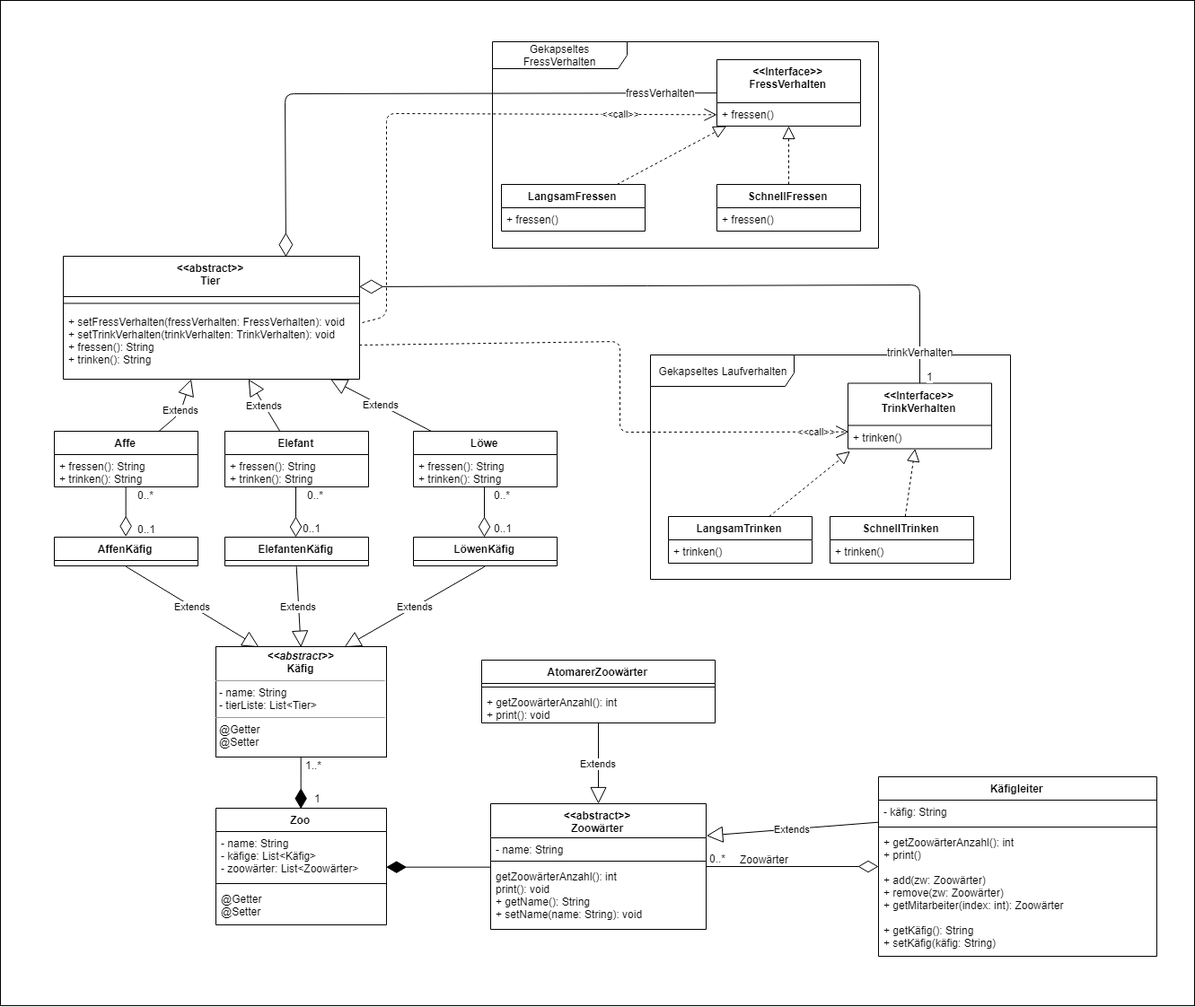
zmeieb/Ben-Diogo-M226b keeps this draw.io diagram as Projects/src/zoo/doku/ZooUML.png. Above is the earlier version. Source tidied: cells renumbered, new cells last; positions are measured from the earlier drawing's top-left corner, leaving out a move shared by most shapes.
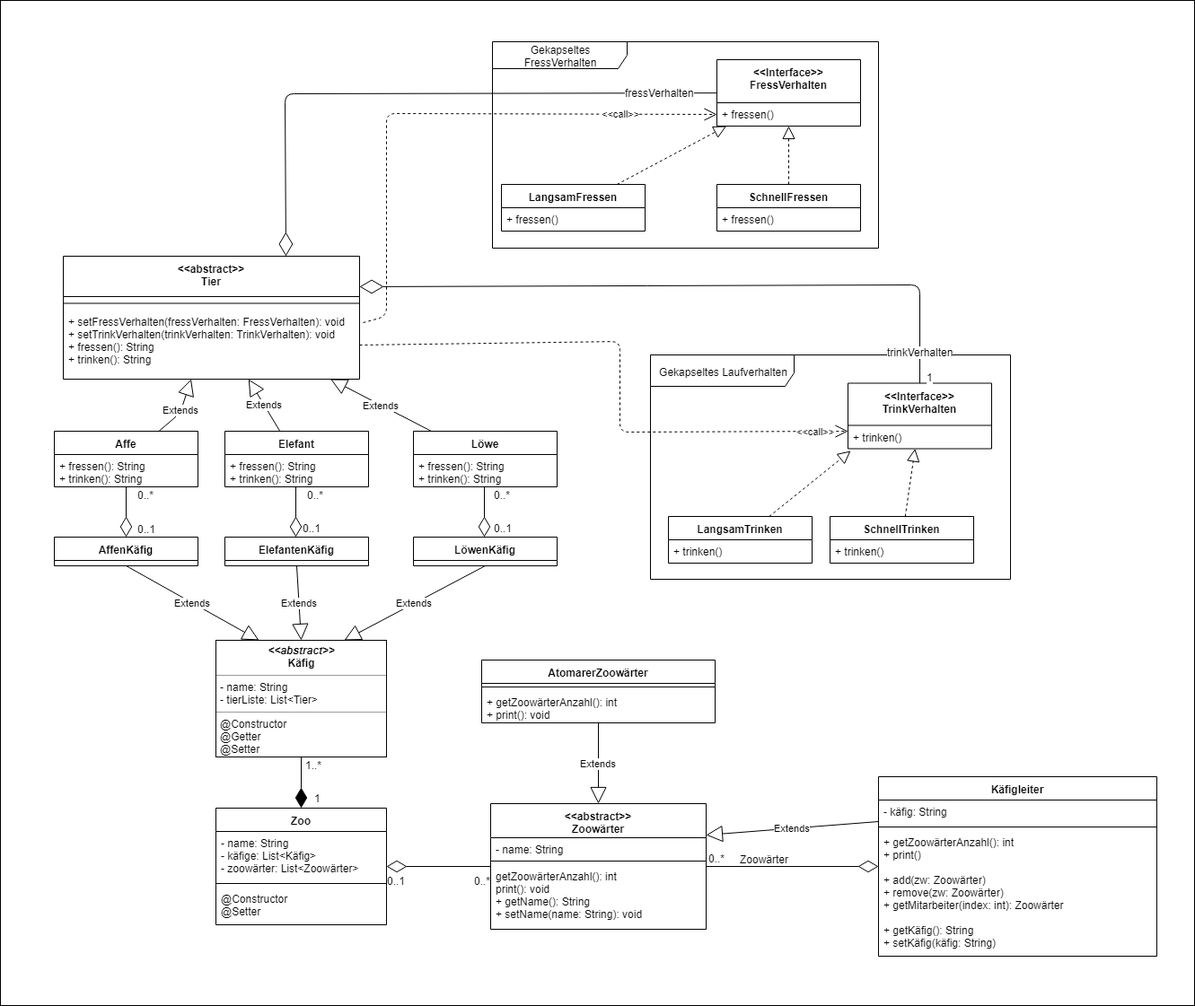
The same file after the commit.

Commit message:
Zoo erstellt und UML angepasst

What changed in the source:
```diff
@@ -146,8 +146,8 @@
     <mxCell id="41" style="edgeStyle=orthogonalEdgeStyle;rounded=0;html=1;entryX=0.5;entryY=0;entryDx=0;entryDy=0;startSize=20;endArrow=diamondThin;endFill=1;endSize=20;jettySize=auto;strokeColor=#000000;" parent="1" edge="1" source="42" target="57">
       <mxGeometry relative="1" as="geometry" />
     </mxCell>
-    <mxCell id="42" value="&lt;p style=&quot;margin: 0px ; margin-top: 4px ; text-align: center&quot;&gt;&lt;b&gt;&lt;i&gt;&amp;lt;&amp;lt;abstract&amp;gt;&amp;gt;&lt;/i&gt;&lt;br&gt;Käfig&lt;/b&gt;&lt;/p&gt;&lt;hr size=&quot;1&quot;&gt;&lt;p style=&quot;margin: 0px ; margin-left: 4px&quot;&gt;- name: String&lt;br&gt;- tierListe: List&amp;lt;Tier&amp;gt;&lt;br&gt;&lt;/p&gt;&lt;hr size=&quot;1&quot;&gt;&lt;p style=&quot;margin: 0px ; margin-left: 4px&quot;&gt;@Getter&lt;br&gt;@Setter&lt;br&gt;&lt;/p&gt;" style="verticalAlign=top;align=left;overflow=fill;fontSize=12;fontFamily=Helvetica;html=1;" parent="1" vertex="1">
-      <mxGeometry x="240" y="720" width="190" height="123" as="geometry" />
+    <mxCell id="42" value="&lt;p style=&quot;margin: 0px ; margin-top: 4px ; text-align: center&quot;&gt;&lt;b&gt;&lt;i&gt;&amp;lt;&amp;lt;abstract&amp;gt;&amp;gt;&lt;/i&gt;&lt;br&gt;Käfig&lt;/b&gt;&lt;/p&gt;&lt;hr size=&quot;1&quot;&gt;&lt;p style=&quot;margin: 0px ; margin-left: 4px&quot;&gt;- name: String&lt;br&gt;- tierListe: List&amp;lt;Tier&amp;gt;&lt;br&gt;&lt;/p&gt;&lt;hr size=&quot;1&quot;&gt;&lt;p style=&quot;margin: 0px ; margin-left: 4px&quot;&gt;@Constructor&lt;/p&gt;&lt;p style=&quot;margin: 0px ; margin-left: 4px&quot;&gt;@Getter&lt;br&gt;@Setter&lt;br&gt;&lt;/p&gt;" style="verticalAlign=top;align=left;overflow=fill;fontSize=12;fontFamily=Helvetica;html=1;" parent="1" vertex="1">
+      <mxGeometry x="240" y="713" width="190" height="130" as="geometry" />
     </mxCell>
     <mxCell id="43" value="LöwenKäfig" style="swimlane;fontStyle=1;align=center;verticalAlign=top;horizontal=1;startSize=26;" parent="1" vertex="1">
       <mxGeometry x="460" y="598" width="160" height="32" as="geometry" />
@@ -206,7 +206,7 @@
     <mxCell id="59" style="line;strokeWidth=1;fillColor=none;align=left;verticalAlign=middle;spacingTop=-1;spacingLeft=3;spacingRight=3;labelPosition=right;" parent="57" vertex="1">
       <mxGeometry y="80" width="190" height="8" as="geometry" />
     </mxCell>
-    <mxCell id="60" value="@Getter&#10;@Setter&#10;" style="text;strokeColor=none;fillColor=none;align=left;verticalAlign=top;spacingLeft=4;spacingRight=4;overflow=hidden;" parent="57" vertex="1">
+    <mxCell id="60" value="@Constructor&#10;@Setter&#10;" style="text;strokeColor=none;fillColor=none;align=left;verticalAlign=top;spacingLeft=4;spacingRight=4;overflow=hidden;" parent="57" vertex="1">
       <mxGeometry y="88" width="190" height="42" as="geometry" />
     </mxCell>
     <mxCell id="61" value="1" style="text;html=1;align=left;verticalAlign=top;spacingTop=-4;" parent="1" vertex="1">
@@ -267,8 +267,18 @@
         <mxPoint x="-5" y="-9" as="offset" />
       </mxGeometry>
     </mxCell>
-    <mxCell id="79" style="edgeStyle=orthogonalEdgeStyle;rounded=0;html=1;entryX=1;entryY=0.5;entryDx=0;entryDy=0;startSize=20;endArrow=diamondThin;endFill=1;endSize=20;jettySize=auto;strokeColor=#000000;exitX=0;exitY=0.5;exitDx=0;exitDy=0;" parent="1" edge="1" source="63" target="57">
+    <mxCell id="79" style="edgeStyle=orthogonalEdgeStyle;rounded=0;html=1;entryX=1;entryY=0.5;entryDx=0;entryDy=0;startSize=20;endArrow=diamondThin;endFill=0;endSize=20;jettySize=auto;strokeColor=#000000;exitX=0;exitY=0.5;exitDx=0;exitDy=0;" parent="1" edge="1" source="63" target="57">
       <mxGeometry relative="1" as="geometry" />
     </mxCell>
+    <mxCell id="80" value="0..1" style="text;html=1;align=center;verticalAlign=middle;labelBackgroundColor=#ffffff;" parent="79" vertex="1">
+      <mxGeometry x="0.78" y="-2" relative="1" as="geometry">
+        <mxPoint x="-3" y="17" as="offset" />
+      </mxGeometry>
+    </mxCell>
+    <mxCell id="81" value="0..*" style="text;html=1;align=center;verticalAlign=middle;labelBackgroundColor=#ffffff;" parent="79" vertex="1">
+      <mxGeometry x="-0.84" y="2" relative="1" as="geometry">
+        <mxPoint x="-1" y="13" as="offset" />
+      </mxGeometry>
+    </mxCell>
   </root>
 </mxGraphModel>
```
